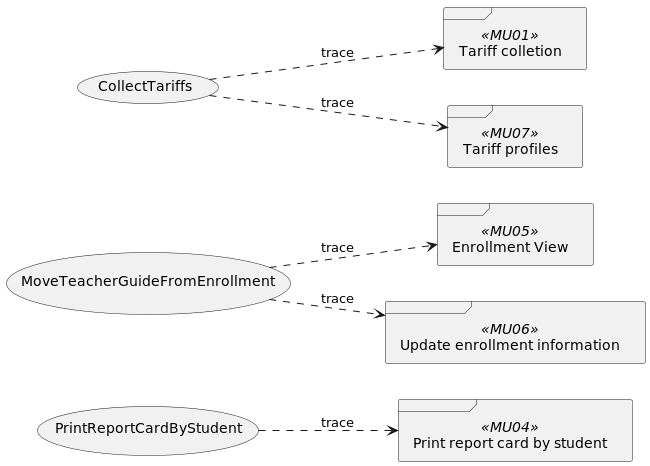
Earlier version of the PlantUML export out/UseCaseView/TRACE.UseCase-x-Prototype.png (wsmcbl/wsmcbl.doc).
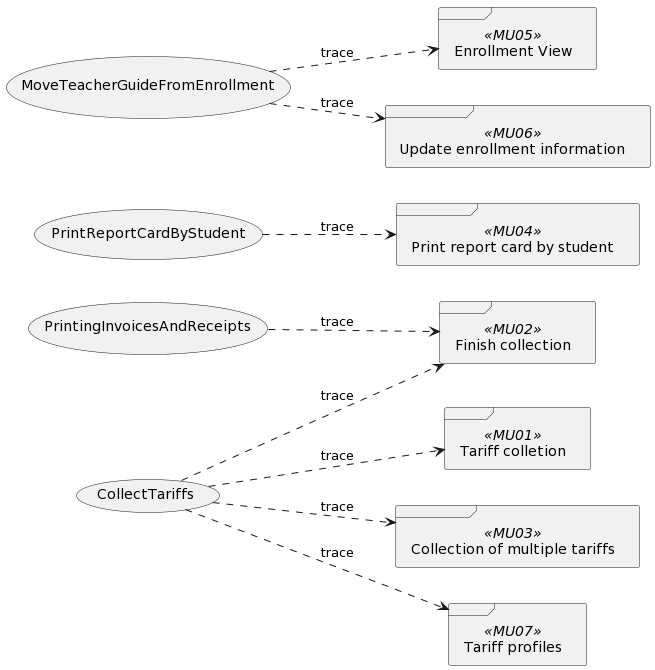
Later version of the same file.

What changed in the source:
```diff
@@ -1,13 +1,14 @@
 @startuml
-
 left to right direction
 
-
+usecase CU58 as "PrintingInvoicesAndReceipts"
 usecase CU29 as "PrintReportCardByStudent"
 usecase CU21 as "MoveTeacherGuideFromEnrollment"
 usecase CU03 as "CollectTariffs"
 
 frame MU01 <<MU01>> as "Tariff colletion"
+frame MU02 <<MU02>> as "Finish collection"
+frame MU03 <<MU03>> as "Collection of multiple tariffs"
 frame MU04 <<MU04>> as "Print report card by student"
 frame MU05 <<MU05>> as "Enrollment View"
 frame MU06 <<MU06>> as "Update enrollment information"
@@ -17,7 +18,8 @@
 CU21 ..> MU05 : trace
 CU21 ..> MU06 : trace
 CU03 ..> MU01 : trace
+CU03 ..> MU02 : trace
+CU03 ..> MU03 : trace
 CU03 ..> MU07 : trace
-
-
+CU58 ..> MU02 : trace
 @enduml
```
